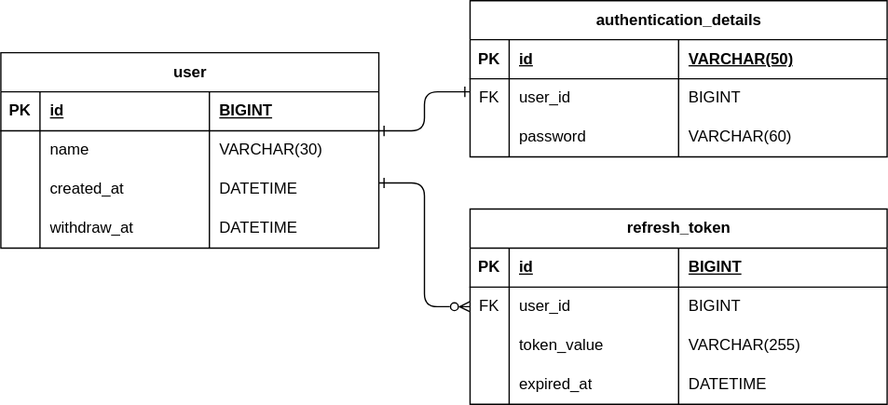
Above: docs/erd.svg in Jeongyounghyeon/expandable-application (draw.io), before the change. Source tidied: cells renumbered, new cells last; positions are measured from the earlier drawing's top-left corner, leaving out a move shared by most shapes.
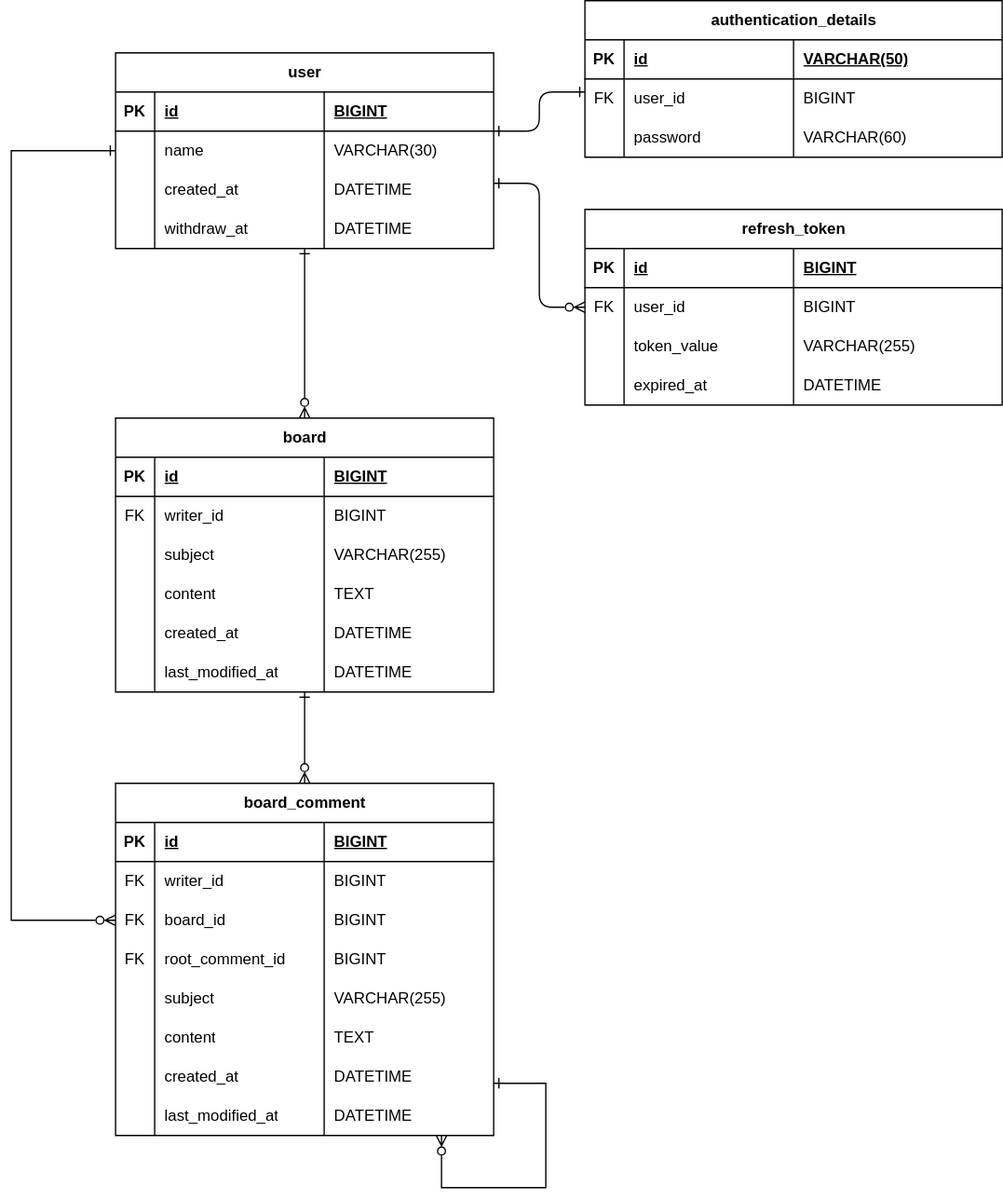
Above is the later version.

Commit message:
docs: erd 테이블 추가 (게시판 관련 테이블)

What changed in the source:
```diff
@@ -57,6 +57,9 @@
         </Array>
       </mxGeometry>
     </mxCell>
+    <mxCell id="51" style="edgeStyle=orthogonalEdgeStyle;rounded=0;jettySize=auto;html=1;startArrow=ERone;startFill=0;endArrow=ERzeroToMany;endFill=0;" parent="1" edge="1" source="17" target="52">
+      <mxGeometry relative="1" as="geometry" />
+    </mxCell>
     <mxCell id="17" value="user" style="shape=table;startSize=30;rowLines=0;fontStyle=1;align=center;html=1;" parent="1" vertex="1">
       <mxGeometry y="40" width="290" height="150" as="geometry" />
     </mxCell>
@@ -159,5 +162,199 @@
     <mxCell id="50" value="DATETIME" style="shape=partialRectangle;fillColor=none;top=0;left=0;bottom=0;right=0;align=left;spacingLeft=6;overflow=hidden;whiteSpace=wrap;html=1;" parent="47" vertex="1">
       <mxGeometry x="160" width="160" height="30" as="geometry" />
     </mxCell>
+    <mxCell id="52" value="board" style="shape=table;startSize=30;rowLines=0;fontStyle=1;align=center;html=1;" parent="1" vertex="1">
+      <mxGeometry y="320" width="290" height="210" as="geometry" />
+    </mxCell>
+    <mxCell id="53" style="shape=tableRow;horizontal=0;startSize=0;swimlaneHead=0;swimlaneBody=0;fillColor=none;top=0;left=0;right=0;bottom=1;" parent="52" vertex="1">
+      <mxGeometry y="30" width="290" height="30" as="geometry" />
+    </mxCell>
+    <mxCell id="54" value="PK" style="shape=partialRectangle;fillColor=none;top=0;left=0;bottom=0;right=0;fontStyle=1;overflow=hidden;whiteSpace=wrap;html=1;" parent="53" vertex="1">
+      <mxGeometry width="30" height="30" as="geometry" />
+    </mxCell>
+    <mxCell id="55" value="id" style="shape=partialRectangle;fillColor=none;top=0;left=0;bottom=0;right=0;align=left;spacingLeft=6;fontStyle=5;overflow=hidden;whiteSpace=wrap;html=1;" parent="53" vertex="1">
+      <mxGeometry x="30" width="130" height="30" as="geometry" />
+    </mxCell>
+    <mxCell id="56" value="BIGINT" style="shape=partialRectangle;fillColor=none;top=0;left=0;bottom=0;right=0;align=left;spacingLeft=6;fontStyle=5;overflow=hidden;whiteSpace=wrap;html=1;" parent="53" vertex="1">
+      <mxGeometry x="160" width="130" height="30" as="geometry" />
+    </mxCell>
+    <mxCell id="57" style="shape=tableRow;horizontal=0;startSize=0;swimlaneHead=0;swimlaneBody=0;fillColor=none;top=0;left=0;right=0;bottom=0;" parent="52" vertex="1">
+      <mxGeometry y="60" width="290" height="30" as="geometry" />
+    </mxCell>
+    <mxCell id="58" value="FK" style="shape=partialRectangle;fillColor=none;top=0;left=0;bottom=0;right=0;overflow=hidden;whiteSpace=wrap;html=1;" parent="57" vertex="1">
+      <mxGeometry width="30" height="30" as="geometry" />
+    </mxCell>
+    <mxCell id="59" value="writer_id" style="shape=partialRectangle;fillColor=none;top=0;left=0;bottom=0;right=0;align=left;spacingLeft=6;overflow=hidden;whiteSpace=wrap;html=1;" parent="57" vertex="1">
+      <mxGeometry x="30" width="130" height="30" as="geometry" />
+    </mxCell>
+    <mxCell id="60" value="BIGINT" style="shape=partialRectangle;fillColor=none;top=0;left=0;bottom=0;right=0;align=left;spacingLeft=6;overflow=hidden;whiteSpace=wrap;html=1;" parent="57" vertex="1">
+      <mxGeometry x="160" width="130" height="30" as="geometry" />
+    </mxCell>
+    <mxCell id="61" style="shape=tableRow;horizontal=0;startSize=0;swimlaneHead=0;swimlaneBody=0;fillColor=none;top=0;left=0;right=0;bottom=0;" parent="52" vertex="1">
+      <mxGeometry y="90" width="290" height="30" as="geometry" />
+    </mxCell>
+    <mxCell id="62" style="shape=partialRectangle;fillColor=none;top=0;left=0;bottom=0;right=0;overflow=hidden;whiteSpace=wrap;html=1;" parent="61" vertex="1">
+      <mxGeometry width="30" height="30" as="geometry" />
+    </mxCell>
+    <mxCell id="63" value="subject" style="shape=partialRectangle;fillColor=none;top=0;left=0;bottom=0;right=0;align=left;spacingLeft=6;overflow=hidden;whiteSpace=wrap;html=1;" parent="61" vertex="1">
+      <mxGeometry x="30" width="130" height="30" as="geometry" />
+    </mxCell>
+    <mxCell id="64" value="VARCHAR(255)" style="shape=partialRectangle;fillColor=none;top=0;left=0;bottom=0;right=0;align=left;spacingLeft=6;overflow=hidden;whiteSpace=wrap;html=1;" parent="61" vertex="1">
+      <mxGeometry x="160" width="130" height="30" as="geometry" />
+    </mxCell>
+    <mxCell id="65" style="shape=tableRow;horizontal=0;startSize=0;swimlaneHead=0;swimlaneBody=0;fillColor=none;top=0;left=0;right=0;bottom=0;" parent="52" vertex="1">
+      <mxGeometry y="120" width="290" height="30" as="geometry" />
+    </mxCell>
+    <mxCell id="66" style="shape=partialRectangle;fillColor=none;top=0;left=0;bottom=0;right=0;overflow=hidden;whiteSpace=wrap;html=1;" parent="65" vertex="1">
+      <mxGeometry width="30" height="30" as="geometry" />
+    </mxCell>
+    <mxCell id="67" value="content" style="shape=partialRectangle;fillColor=none;top=0;left=0;bottom=0;right=0;align=left;spacingLeft=6;overflow=hidden;whiteSpace=wrap;html=1;" parent="65" vertex="1">
+      <mxGeometry x="30" width="130" height="30" as="geometry" />
+    </mxCell>
+    <mxCell id="68" value="TEXT" style="shape=partialRectangle;fillColor=none;top=0;left=0;bottom=0;right=0;align=left;spacingLeft=6;overflow=hidden;whiteSpace=wrap;html=1;" parent="65" vertex="1">
+      <mxGeometry x="160" width="130" height="30" as="geometry" />
+    </mxCell>
+    <mxCell id="69" style="shape=tableRow;horizontal=0;startSize=0;swimlaneHead=0;swimlaneBody=0;fillColor=none;top=0;left=0;right=0;bottom=0;" parent="52" vertex="1">
+      <mxGeometry y="150" width="290" height="30" as="geometry" />
+    </mxCell>
+    <mxCell id="70" style="shape=partialRectangle;fillColor=none;top=0;left=0;bottom=0;right=0;overflow=hidden;whiteSpace=wrap;html=1;" parent="69" vertex="1">
+      <mxGeometry width="30" height="30" as="geometry" />
+    </mxCell>
+    <mxCell id="71" value="created_at" style="shape=partialRectangle;fillColor=none;top=0;left=0;bottom=0;right=0;align=left;spacingLeft=6;overflow=hidden;whiteSpace=wrap;html=1;" parent="69" vertex="1">
+      <mxGeometry x="30" width="130" height="30" as="geometry" />
+    </mxCell>
+    <mxCell id="72" value="DATETIME" style="shape=partialRectangle;fillColor=none;top=0;left=0;bottom=0;right=0;align=left;spacingLeft=6;overflow=hidden;whiteSpace=wrap;html=1;" parent="69" vertex="1">
+      <mxGeometry x="160" width="130" height="30" as="geometry" />
+    </mxCell>
+    <mxCell id="73" style="shape=tableRow;horizontal=0;startSize=0;swimlaneHead=0;swimlaneBody=0;fillColor=none;top=0;left=0;right=0;bottom=0;" parent="52" vertex="1">
+      <mxGeometry y="180" width="290" height="30" as="geometry" />
+    </mxCell>
+    <mxCell id="74" style="shape=partialRectangle;fillColor=none;top=0;left=0;bottom=0;right=0;overflow=hidden;whiteSpace=wrap;html=1;" parent="73" vertex="1">
+      <mxGeometry width="30" height="30" as="geometry" />
+    </mxCell>
+    <mxCell id="75" value="last_modified_at" style="shape=partialRectangle;fillColor=none;top=0;left=0;bottom=0;right=0;align=left;spacingLeft=6;overflow=hidden;whiteSpace=wrap;html=1;" parent="73" vertex="1">
+      <mxGeometry x="30" width="130" height="30" as="geometry" />
+    </mxCell>
+    <mxCell id="76" value="DATETIME" style="shape=partialRectangle;fillColor=none;top=0;left=0;bottom=0;right=0;align=left;spacingLeft=6;overflow=hidden;whiteSpace=wrap;html=1;" parent="73" vertex="1">
+      <mxGeometry x="160" width="130" height="30" as="geometry" />
+    </mxCell>
+    <mxCell id="77" value="board_comment" style="shape=table;startSize=30;rowLines=0;fontStyle=1;align=center;html=1;" parent="1" vertex="1">
+      <mxGeometry y="600" width="290" height="270" as="geometry" />
+    </mxCell>
+    <mxCell id="78" style="shape=tableRow;horizontal=0;startSize=0;swimlaneHead=0;swimlaneBody=0;fillColor=none;top=0;left=0;right=0;bottom=1;" parent="77" vertex="1">
+      <mxGeometry y="30" width="290" height="30" as="geometry" />
+    </mxCell>
+    <mxCell id="79" value="PK" style="shape=partialRectangle;fillColor=none;top=0;left=0;bottom=0;right=0;fontStyle=1;overflow=hidden;whiteSpace=wrap;html=1;" parent="78" vertex="1">
+      <mxGeometry width="30" height="30" as="geometry" />
+    </mxCell>
+    <mxCell id="80" value="id" style="shape=partialRectangle;fillColor=none;top=0;left=0;bottom=0;right=0;align=left;spacingLeft=6;fontStyle=5;overflow=hidden;whiteSpace=wrap;html=1;" parent="78" vertex="1">
+      <mxGeometry x="30" width="130" height="30" as="geometry" />
+    </mxCell>
+    <mxCell id="81" value="BIGINT" style="shape=partialRectangle;fillColor=none;top=0;left=0;bottom=0;right=0;align=left;spacingLeft=6;fontStyle=5;overflow=hidden;whiteSpace=wrap;html=1;" parent="78" vertex="1">
+      <mxGeometry x="160" width="130" height="30" as="geometry" />
+    </mxCell>
+    <mxCell id="82" style="shape=tableRow;horizontal=0;startSize=0;swimlaneHead=0;swimlaneBody=0;fillColor=none;top=0;left=0;right=0;bottom=0;" parent="77" vertex="1">
+      <mxGeometry y="60" width="290" height="30" as="geometry" />
+    </mxCell>
+    <mxCell id="83" value="FK" style="shape=partialRectangle;fillColor=none;top=0;left=0;bottom=0;right=0;overflow=hidden;whiteSpace=wrap;html=1;" parent="82" vertex="1">
+      <mxGeometry width="30" height="30" as="geometry" />
+    </mxCell>
+    <mxCell id="84" value="writer_id" style="shape=partialRectangle;fillColor=none;top=0;left=0;bottom=0;right=0;align=left;spacingLeft=6;overflow=hidden;whiteSpace=wrap;html=1;" parent="82" vertex="1">
+      <mxGeometry x="30" width="130" height="30" as="geometry" />
+    </mxCell>
+    <mxCell id="85" value="BIGINT" style="shape=partialRectangle;fillColor=none;top=0;left=0;bottom=0;right=0;align=left;spacingLeft=6;overflow=hidden;whiteSpace=wrap;html=1;" parent="82" vertex="1">
+      <mxGeometry x="160" width="130" height="30" as="geometry" />
+    </mxCell>
+    <mxCell id="86" style="shape=tableRow;horizontal=0;startSize=0;swimlaneHead=0;swimlaneBody=0;fillColor=none;points=[[0,0.5],[1,0.5]];portConstraint=eastwest;top=0;left=0;right=0;bottom=0;" parent="77" vertex="1">
+      <mxGeometry y="90" width="290" height="30" as="geometry" />
+    </mxCell>
+    <mxCell id="87" value="FK" style="shape=partialRectangle;fillColor=none;top=0;left=0;bottom=0;right=0;overflow=hidden;whiteSpace=wrap;html=1;" parent="86" vertex="1">
+      <mxGeometry width="30" height="30" as="geometry" />
+    </mxCell>
+    <mxCell id="88" value="board_id" style="shape=partialRectangle;fillColor=none;top=0;left=0;bottom=0;right=0;align=left;spacingLeft=6;overflow=hidden;whiteSpace=wrap;html=1;" parent="86" vertex="1">
+      <mxGeometry x="30" width="130" height="30" as="geometry" />
+    </mxCell>
+    <mxCell id="89" value="BIGINT" style="shape=partialRectangle;fillColor=none;top=0;left=0;bottom=0;right=0;align=left;spacingLeft=6;overflow=hidden;whiteSpace=wrap;html=1;" parent="86" vertex="1">
+      <mxGeometry x="160" width="130" height="30" as="geometry" />
+    </mxCell>
+    <mxCell id="90" style="shape=tableRow;horizontal=0;startSize=0;swimlaneHead=0;swimlaneBody=0;fillColor=none;top=0;left=0;right=0;bottom=0;" parent="77" vertex="1">
+      <mxGeometry y="120" width="290" height="30" as="geometry" />
+    </mxCell>
+    <mxCell id="91" value="FK" style="shape=partialRectangle;fillColor=none;top=0;left=0;bottom=0;right=0;overflow=hidden;whiteSpace=wrap;html=1;" parent="90" vertex="1">
+      <mxGeometry width="30" height="30" as="geometry" />
+    </mxCell>
+    <mxCell id="92" value="root_comment_id" style="shape=partialRectangle;fillColor=none;top=0;left=0;bottom=0;right=0;align=left;spacingLeft=6;overflow=hidden;whiteSpace=wrap;html=1;" parent="90" vertex="1">
+      <mxGeometry x="30" width="130" height="30" as="geometry" />
+    </mxCell>
+    <mxCell id="93" value="BIGINT" style="shape=partialRectangle;fillColor=none;top=0;left=0;bottom=0;right=0;align=left;spacingLeft=6;overflow=hidden;whiteSpace=wrap;html=1;" parent="90" vertex="1">
+      <mxGeometry x="160" width="130" height="30" as="geometry" />
+    </mxCell>
+    <mxCell id="94" style="shape=tableRow;horizontal=0;startSize=0;swimlaneHead=0;swimlaneBody=0;fillColor=none;top=0;left=0;right=0;bottom=0;" parent="77" vertex="1">
+      <mxGeometry y="150" width="290" height="30" as="geometry" />
+    </mxCell>
+    <mxCell id="95" style="shape=partialRectangle;fillColor=none;top=0;left=0;bottom=0;right=0;overflow=hidden;whiteSpace=wrap;html=1;" parent="94" vertex="1">
+      <mxGeometry width="30" height="30" as="geometry" />
+    </mxCell>
+    <mxCell id="96" value="subject" style="shape=partialRectangle;fillColor=none;top=0;left=0;bottom=0;right=0;align=left;spacingLeft=6;overflow=hidden;whiteSpace=wrap;html=1;" parent="94" vertex="1">
+      <mxGeometry x="30" width="130" height="30" as="geometry" />
+    </mxCell>
+    <mxCell id="97" value="VARCHAR(255)" style="shape=partialRectangle;fillColor=none;top=0;left=0;bottom=0;right=0;align=left;spacingLeft=6;overflow=hidden;whiteSpace=wrap;html=1;" parent="94" vertex="1">
+      <mxGeometry x="160" width="130" height="30" as="geometry" />
+    </mxCell>
+    <mxCell id="98" style="shape=tableRow;horizontal=0;startSize=0;swimlaneHead=0;swimlaneBody=0;fillColor=none;top=0;left=0;right=0;bottom=0;" parent="77" vertex="1">
+      <mxGeometry y="180" width="290" height="30" as="geometry" />
+    </mxCell>
+    <mxCell id="99" style="shape=partialRectangle;fillColor=none;top=0;left=0;bottom=0;right=0;overflow=hidden;whiteSpace=wrap;html=1;" parent="98" vertex="1">
+      <mxGeometry width="30" height="30" as="geometry" />
+    </mxCell>
+    <mxCell id="100" value="content" style="shape=partialRectangle;fillColor=none;top=0;left=0;bottom=0;right=0;align=left;spacingLeft=6;overflow=hidden;whiteSpace=wrap;html=1;" parent="98" vertex="1">
+      <mxGeometry x="30" width="130" height="30" as="geometry" />
+    </mxCell>
+    <mxCell id="101" value="TEXT" style="shape=partialRectangle;fillColor=none;top=0;left=0;bottom=0;right=0;align=left;spacingLeft=6;overflow=hidden;whiteSpace=wrap;html=1;" parent="98" vertex="1">
+      <mxGeometry x="160" width="130" height="30" as="geometry" />
+    </mxCell>
+    <mxCell id="102" style="shape=tableRow;horizontal=0;startSize=0;swimlaneHead=0;swimlaneBody=0;fillColor=none;top=0;left=0;right=0;bottom=0;" parent="77" vertex="1">
+      <mxGeometry y="210" width="290" height="30" as="geometry" />
+    </mxCell>
+    <mxCell id="103" style="shape=partialRectangle;fillColor=none;top=0;left=0;bottom=0;right=0;overflow=hidden;whiteSpace=wrap;html=1;" parent="102" vertex="1">
+      <mxGeometry width="30" height="30" as="geometry" />
+    </mxCell>
+    <mxCell id="104" value="created_at" style="shape=partialRectangle;fillColor=none;top=0;left=0;bottom=0;right=0;align=left;spacingLeft=6;overflow=hidden;whiteSpace=wrap;html=1;" parent="102" vertex="1">
+      <mxGeometry x="30" width="130" height="30" as="geometry" />
+    </mxCell>
+    <mxCell id="105" value="DATETIME" style="shape=partialRectangle;fillColor=none;top=0;left=0;bottom=0;right=0;align=left;spacingLeft=6;overflow=hidden;whiteSpace=wrap;html=1;" parent="102" vertex="1">
+      <mxGeometry x="160" width="130" height="30" as="geometry" />
+    </mxCell>
+    <mxCell id="106" style="shape=tableRow;horizontal=0;startSize=0;swimlaneHead=0;swimlaneBody=0;fillColor=none;top=0;left=0;right=0;bottom=0;" parent="77" vertex="1">
+      <mxGeometry y="240" width="290" height="30" as="geometry" />
+    </mxCell>
+    <mxCell id="107" style="shape=partialRectangle;fillColor=none;top=0;left=0;bottom=0;right=0;overflow=hidden;whiteSpace=wrap;html=1;" parent="106" vertex="1">
+      <mxGeometry width="30" height="30" as="geometry" />
+    </mxCell>
+    <mxCell id="108" value="last_modified_at" style="shape=partialRectangle;fillColor=none;top=0;left=0;bottom=0;right=0;align=left;spacingLeft=6;overflow=hidden;whiteSpace=wrap;html=1;" parent="106" vertex="1">
+      <mxGeometry x="30" width="130" height="30" as="geometry" />
+    </mxCell>
+    <mxCell id="109" value="DATETIME" style="shape=partialRectangle;fillColor=none;top=0;left=0;bottom=0;right=0;align=left;spacingLeft=6;overflow=hidden;whiteSpace=wrap;html=1;" parent="106" vertex="1">
+      <mxGeometry x="160" width="130" height="30" as="geometry" />
+    </mxCell>
+    <mxCell id="110" style="edgeStyle=orthogonalEdgeStyle;rounded=0;jettySize=auto;html=1;startArrow=ERone;startFill=0;endArrow=ERzeroToMany;endFill=0;" parent="1" edge="1" source="52" target="77">
+      <mxGeometry relative="1" as="geometry" />
+    </mxCell>
+    <mxCell id="111" style="edgeStyle=orthogonalEdgeStyle;rounded=0;orthogonalLoop=1;jettySize=auto;html=1;startArrow=ERone;startFill=0;endArrow=ERzeroToMany;endFill=0;" parent="1" edge="1" source="77" target="77">
+      <mxGeometry relative="1" as="geometry">
+        <Array as="points">
+          <mxPoint x="330" y="830" />
+          <mxPoint x="330" y="910" />
+          <mxPoint x="250" y="910" />
+        </Array>
+      </mxGeometry>
+    </mxCell>
+    <mxCell id="112" style="edgeStyle=orthogonalEdgeStyle;rounded=0;jettySize=auto;html=1;startArrow=ERzeroToMany;startFill=0;endArrow=ERone;endFill=0;" parent="1" edge="1" source="86" target="17">
+      <mxGeometry relative="1" as="geometry">
+        <Array as="points">
+          <mxPoint x="-80" y="705" />
+          <mxPoint x="-80" y="115" />
+        </Array>
+      </mxGeometry>
+    </mxCell>
   </root>
 </mxGraphModel>
```
